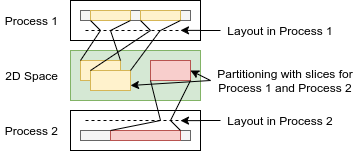
The draw.io diagram doc/design/layout.drawio.png in envelope-project/laik, before a commit. Source tidied: cells renumbered, new cells last; positions are measured from the earlier drawing's top-left corner, leaving out a move shared by most shapes. Source of this version:
```xml
<mxGraphModel>
  <root>
    <mxCell id="0" />
    <mxCell id="1" parent="0" />
    <mxCell id="2" style="rounded=0;whiteSpace=wrap;html=1;align=left;" parent="1" vertex="1">
      <mxGeometry x="70" y="110" width="130" height="40" as="geometry" />
    </mxCell>
    <mxCell id="3" style="rounded=0;whiteSpace=wrap;html=1;align=right;fillColor=#f5f5f5;strokeColor=#666666;fontColor=#333333;" parent="1" vertex="1">
      <mxGeometry x="80" y="130" width="110" height="10" as="geometry" />
    </mxCell>
    <mxCell id="4" style="rounded=0;whiteSpace=wrap;html=1;align=left;fillColor=none;" parent="1" vertex="1">
      <mxGeometry x="70" width="130" height="40" as="geometry" />
    </mxCell>
    <mxCell id="5" style="rounded=0;whiteSpace=wrap;html=1;align=right;fillColor=#f5f5f5;strokeColor=#666666;fontColor=#333333;" parent="1" vertex="1">
      <mxGeometry x="80" y="10" width="110" height="10" as="geometry" />
    </mxCell>
    <mxCell id="6" style="rounded=0;whiteSpace=wrap;html=1;fillColor=#d5e8d4;strokeColor=#82b366;" parent="1" vertex="1">
      <mxGeometry x="70" y="50" width="130" height="50" as="geometry" />
    </mxCell>
    <mxCell id="7" style="rounded=0;whiteSpace=wrap;html=1;fillColor=#fff2cc;strokeColor=#d6b656;" parent="1" vertex="1">
      <mxGeometry x="80" y="60" width="40" height="20" as="geometry" />
    </mxCell>
    <mxCell id="8" style="rounded=0;whiteSpace=wrap;html=1;fillColor=#fff2cc;strokeColor=#d6b656;" parent="1" vertex="1">
      <mxGeometry x="90" y="70" width="40" height="20" as="geometry" />
    </mxCell>
    <mxCell id="9" style="rounded=0;whiteSpace=wrap;html=1;fillColor=#f8cecc;strokeColor=#b85450;" parent="1" vertex="1">
      <mxGeometry x="150" y="60" width="40" height="20" as="geometry" />
    </mxCell>
    <mxCell id="10" value="2D Space" style="text;html=1;strokeColor=none;fillColor=none;align=right;verticalAlign=middle;whiteSpace=wrap;rounded=0;" parent="1" vertex="1">
      <mxGeometry y="65" width="60" height="20" as="geometry" />
    </mxCell>
    <mxCell id="11" value="Partitioning with slices for Process 1 and Process 2" style="text;html=1;strokeColor=none;fillColor=none;align=center;verticalAlign=middle;whiteSpace=wrap;rounded=0;" parent="1" vertex="1">
      <mxGeometry x="210" y="70" width="150" height="20" as="geometry" />
    </mxCell>
    <mxCell id="12" style="endArrow=classic;html=1;exitX=0;exitY=0.5;exitDx=0;exitDy=0;entryX=1;entryY=0.5;entryDx=0;entryDy=0;" parent="1" edge="1" source="11" target="9">
      <mxGeometry relative="1" as="geometry" />
    </mxCell>
    <mxCell id="13" style="endArrow=classic;html=1;exitX=0;exitY=0.5;exitDx=0;exitDy=0;entryX=1;entryY=0.75;entryDx=0;entryDy=0;" parent="1" edge="1" source="11" target="8">
      <mxGeometry relative="1" as="geometry" />
    </mxCell>
    <mxCell id="14" style="endArrow=none;dashed=1;html=1;" parent="1" edge="1">
      <mxGeometry relative="1" as="geometry">
        <mxPoint x="85" y="120" as="sourcePoint" />
        <mxPoint x="185" y="120" as="targetPoint" />
      </mxGeometry>
    </mxCell>
    <mxCell id="15" style="rounded=0;whiteSpace=wrap;html=1;fillColor=#f8cecc;strokeColor=#b85450;" parent="1" vertex="1">
      <mxGeometry x="110" y="130" width="70" height="10" as="geometry" />
    </mxCell>
    <mxCell id="16" style="endArrow=none;html=1;entryX=1;entryY=1;entryDx=0;entryDy=0;" parent="1" edge="1" target="9">
      <mxGeometry relative="1" as="geometry">
        <mxPoint x="170" y="120" as="sourcePoint" />
      </mxGeometry>
    </mxCell>
    <mxCell id="17" style="endArrow=none;html=1;exitX=1;exitY=0;exitDx=0;exitDy=0;" parent="1" edge="1" source="15">
      <mxGeometry relative="1" as="geometry">
        <mxPoint x="170" y="120" as="targetPoint" />
      </mxGeometry>
    </mxCell>
    <mxCell id="18" style="endArrow=none;html=1;exitX=0;exitY=0;exitDx=0;exitDy=0;" parent="1" edge="1" source="15">
      <mxGeometry relative="1" as="geometry">
        <mxPoint x="160" y="120" as="targetPoint" />
      </mxGeometry>
    </mxCell>
    <mxCell id="19" style="edgeStyle=orthogonalEdgeStyle;rounded=0;jettySize=auto;html=1;exitX=0;exitY=0.5;exitDx=0;exitDy=0;" parent="1" edge="1" source="20">
      <mxGeometry relative="1" as="geometry">
        <mxPoint x="180" y="120.1" as="targetPoint" />
      </mxGeometry>
    </mxCell>
    <mxCell id="20" value="Layout in Process 2" style="text;html=1;strokeColor=none;fillColor=none;align=center;verticalAlign=middle;whiteSpace=wrap;rounded=0;" parent="1" vertex="1">
      <mxGeometry x="220" y="110" width="120" height="20" as="geometry" />
    </mxCell>
    <mxCell id="21" style="endArrow=none;html=1;entryX=0;entryY=1;entryDx=0;entryDy=0;" parent="1" edge="1" target="9">
      <mxGeometry relative="1" as="geometry">
        <mxPoint x="160" y="120" as="sourcePoint" />
      </mxGeometry>
    </mxCell>
    <mxCell id="22" value="Process 2" style="text;html=1;strokeColor=none;fillColor=none;align=right;verticalAlign=middle;whiteSpace=wrap;rounded=0;" parent="1" vertex="1">
      <mxGeometry y="120" width="60" height="20" as="geometry" />
    </mxCell>
    <mxCell id="23" style="endArrow=none;dashed=1;html=1;" parent="1" edge="1">
      <mxGeometry relative="1" as="geometry">
        <mxPoint x="85" y="30" as="sourcePoint" />
        <mxPoint x="185" y="30" as="targetPoint" />
      </mxGeometry>
    </mxCell>
    <mxCell id="24" style="rounded=0;whiteSpace=wrap;html=1;fillColor=#fff2cc;strokeColor=#d6b656;" parent="1" vertex="1">
      <mxGeometry x="90" y="10" width="40" height="10" as="geometry" />
    </mxCell>
    <mxCell id="25" style="rounded=0;whiteSpace=wrap;html=1;fillColor=#fff2cc;strokeColor=#d6b656;" parent="1" vertex="1">
      <mxGeometry x="140" y="10" width="40" height="10" as="geometry" />
    </mxCell>
    <mxCell id="26" value="Process 1" style="text;html=1;strokeColor=none;fillColor=none;align=right;verticalAlign=middle;whiteSpace=wrap;rounded=0;" parent="1" vertex="1">
      <mxGeometry y="10" width="60" height="20" as="geometry" />
    </mxCell>
    <mxCell id="27" style="endArrow=none;html=1;exitX=0;exitY=0;exitDx=0;exitDy=0;" parent="1" edge="1" source="7">
      <mxGeometry relative="1" as="geometry">
        <mxPoint x="100" y="30" as="targetPoint" />
      </mxGeometry>
    </mxCell>
    <mxCell id="28" style="endArrow=none;html=1;exitX=0;exitY=0;exitDx=0;exitDy=0;" parent="1" edge="1">
      <mxGeometry relative="1" as="geometry">
        <mxPoint x="120" y="60" as="sourcePoint" />
        <mxPoint x="110" y="30" as="targetPoint" />
      </mxGeometry>
    </mxCell>
    <mxCell id="29" style="endArrow=none;html=1;exitX=0;exitY=0;exitDx=0;exitDy=0;" parent="1" edge="1">
      <mxGeometry relative="1" as="geometry">
        <mxPoint x="90" y="70" as="sourcePoint" />
        <mxPoint x="150" y="30" as="targetPoint" />
      </mxGeometry>
    </mxCell>
    <mxCell id="30" style="endArrow=none;html=1;exitX=1;exitY=0;exitDx=0;exitDy=0;" parent="1" edge="1" source="8">
      <mxGeometry relative="1" as="geometry">
        <mxPoint x="159.7" y="30" as="targetPoint" />
      </mxGeometry>
    </mxCell>
    <mxCell id="31" style="endArrow=none;html=1;entryX=1;entryY=1;entryDx=0;entryDy=0;" parent="1" edge="1" target="24">
      <mxGeometry relative="1" as="geometry">
        <mxPoint x="110" y="30" as="sourcePoint" />
      </mxGeometry>
    </mxCell>
    <mxCell id="32" style="endArrow=none;html=1;entryX=0;entryY=1;entryDx=0;entryDy=0;" parent="1" edge="1" target="24">
      <mxGeometry relative="1" as="geometry">
        <mxPoint x="100" y="30" as="sourcePoint" />
      </mxGeometry>
    </mxCell>
    <mxCell id="33" style="endArrow=none;html=1;entryX=1;entryY=1;entryDx=0;entryDy=0;" parent="1" edge="1" target="25">
      <mxGeometry relative="1" as="geometry">
        <mxPoint x="160" y="30" as="sourcePoint" />
      </mxGeometry>
    </mxCell>
    <mxCell id="34" style="endArrow=none;html=1;entryX=0;entryY=1;entryDx=0;entryDy=0;" parent="1" edge="1" target="25">
      <mxGeometry relative="1" as="geometry">
        <mxPoint x="150" y="30" as="sourcePoint" />
      </mxGeometry>
    </mxCell>
    <mxCell id="35" style="edgeStyle=orthogonalEdgeStyle;rounded=0;jettySize=auto;html=1;exitX=0;exitY=0.5;exitDx=0;exitDy=0;" parent="1" edge="1" source="36">
      <mxGeometry relative="1" as="geometry">
        <mxPoint x="180" y="29.9" as="targetPoint" />
      </mxGeometry>
    </mxCell>
    <mxCell id="36" value="Layout in Process 1" style="text;html=1;strokeColor=none;fillColor=none;align=center;verticalAlign=middle;whiteSpace=wrap;rounded=0;" parent="1" vertex="1">
      <mxGeometry x="220" y="20" width="120" height="20" as="geometry" />
    </mxCell>
  </root>
</mxGraphModel>
```
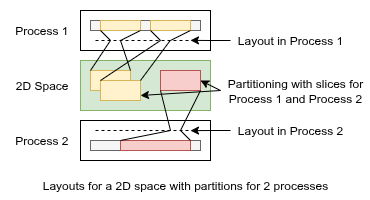
Above is the later version.

Commit message:
Fix pic in layout design doc for dark mode

Diff of the diagram source:
```diff
@@ -2,13 +2,16 @@
   <root>
     <mxCell id="0" />
     <mxCell id="1" parent="0" />
+    <mxCell id="37" style="rounded=0;whiteSpace=wrap;html=1;strokeColor=none;" parent="1" vertex="1">
+      <mxGeometry x="-10" y="-10" width="370" height="200" as="geometry" />
+    </mxCell>
     <mxCell id="2" style="rounded=0;whiteSpace=wrap;html=1;align=left;" parent="1" vertex="1">
       <mxGeometry x="70" y="110" width="130" height="40" as="geometry" />
     </mxCell>
     <mxCell id="3" style="rounded=0;whiteSpace=wrap;html=1;align=right;fillColor=#f5f5f5;strokeColor=#666666;fontColor=#333333;" parent="1" vertex="1">
       <mxGeometry x="80" y="130" width="110" height="10" as="geometry" />
     </mxCell>
-    <mxCell id="4" style="rounded=0;whiteSpace=wrap;html=1;align=left;fillColor=none;" parent="1" vertex="1">
+    <mxCell id="4" style="rounded=0;whiteSpace=wrap;html=1;align=left;fillColor=default;" parent="1" vertex="1">
       <mxGeometry x="70" width="130" height="40" as="geometry" />
     </mxCell>
     <mxCell id="5" style="rounded=0;whiteSpace=wrap;html=1;align=right;fillColor=#f5f5f5;strokeColor=#666666;fontColor=#333333;" parent="1" vertex="1">
@@ -143,5 +146,8 @@
     <mxCell id="36" value="Layout in Process 1" style="text;html=1;strokeColor=none;fillColor=none;align=center;verticalAlign=middle;whiteSpace=wrap;rounded=0;" parent="1" vertex="1">
       <mxGeometry x="220" y="20" width="120" height="20" as="geometry" />
     </mxCell>
+    <mxCell id="38" value="Layouts for a 2D space with partitions for 2 processes" style="text;strokeColor=none;align=center;fillColor=none;html=1;verticalAlign=middle;whiteSpace=wrap;rounded=0;" parent="1" vertex="1">
+      <mxGeometry x="10" y="160" width="330" height="30" as="geometry" />
+    </mxCell>
   </root>
 </mxGraphModel>
```
